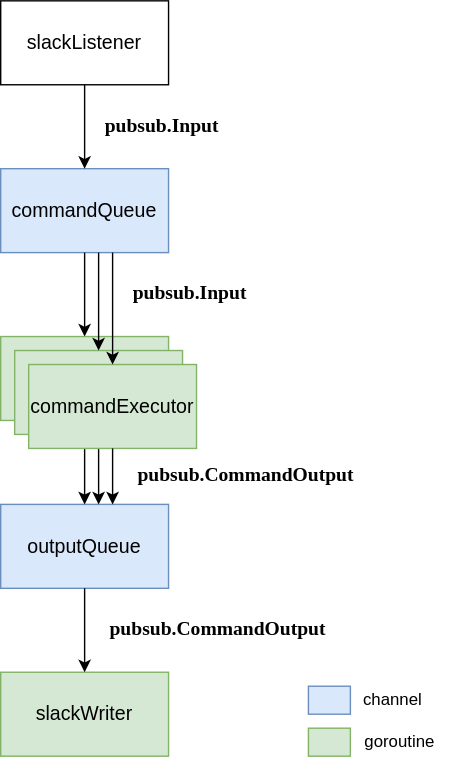
Before: docs/goroutine-diagram.svg, a diagram exported from draw.io (hnw/slack-commander). Source tidied: cells renumbered, new cells last; positions are measured from the earlier drawing's top-left corner, leaving out a move shared by most shapes.
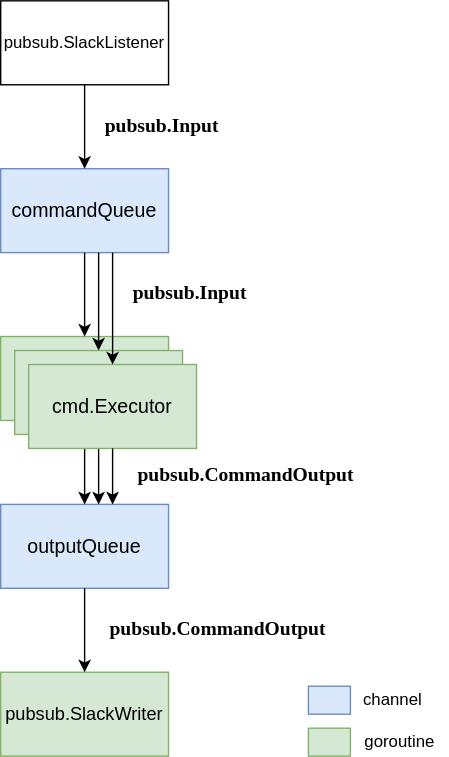
After the change.

Diff of the diagram source:
```diff
@@ -8,7 +8,7 @@
     <mxCell id="3" value="&lt;font style=&quot;font-size: 14px&quot;&gt;outputQueue&lt;/font&gt;" style="rounded=0;whiteSpace=wrap;html=1;fillColor=#dae8fc;strokeColor=#6c8ebf;" parent="1" vertex="1">
       <mxGeometry y="360" width="120" height="60" as="geometry" />
     </mxCell>
-    <mxCell id="4" value="&lt;font style=&quot;font-size: 14px&quot;&gt;slackListener&lt;/font&gt;" style="rounded=0;whiteSpace=wrap;html=1;" parent="1" vertex="1">
+    <mxCell id="4" value="&lt;font style=&quot;font-size: 12px&quot;&gt;pubsub.SlackListener&lt;/font&gt;" style="rounded=0;whiteSpace=wrap;html=1;" parent="1" vertex="1">
       <mxGeometry width="120" height="60" as="geometry" />
     </mxCell>
     <mxCell id="5" style="endArrow=classic;html=1;exitX=0.5;exitY=1;exitDx=0;exitDy=0;entryX=0.5;entryY=0;entryDx=0;entryDy=0;" parent="1" edge="1" source="4" target="2">
@@ -23,7 +23,7 @@
     <mxCell id="8" style="endArrow=classic;html=1;entryX=0.5;entryY=0;entryDx=0;entryDy=0;exitX=0.5;exitY=1;exitDx=0;exitDy=0;" parent="1" edge="1" source="6" target="3">
       <mxGeometry relative="1" as="geometry" />
     </mxCell>
-    <mxCell id="9" value="&lt;font style=&quot;font-size: 14px&quot;&gt;slackWriter&lt;/font&gt;" style="rounded=0;whiteSpace=wrap;html=1;fillColor=#d5e8d4;strokeColor=#82b366;" parent="1" vertex="1">
+    <mxCell id="9" value="&lt;font style=&quot;font-size: 13px&quot;&gt;pubsub.SlackWriter&lt;/font&gt;" style="rounded=0;whiteSpace=wrap;html=1;fillColor=#d5e8d4;strokeColor=#82b366;" parent="1" vertex="1">
       <mxGeometry y="480" width="120" height="60" as="geometry" />
     </mxCell>
     <mxCell id="10" style="endArrow=classic;html=1;entryX=0.5;entryY=0;entryDx=0;entryDy=0;exitX=0.5;exitY=1;exitDx=0;exitDy=0;" parent="1" edge="1" source="3" target="9">
@@ -38,7 +38,7 @@
         <mxPoint x="70" y="360" as="targetPoint" />
       </mxGeometry>
     </mxCell>
-    <mxCell id="13" value="&lt;font style=&quot;font-size: 14px&quot;&gt;commandExecutor&lt;/font&gt;" style="rounded=0;whiteSpace=wrap;html=1;fillColor=#d5e8d4;strokeColor=#82b366;" parent="1" vertex="1">
+    <mxCell id="13" value="&lt;font style=&quot;font-size: 14px&quot;&gt;cmd.Executor&lt;/font&gt;" style="rounded=0;whiteSpace=wrap;html=1;fillColor=#d5e8d4;strokeColor=#82b366;" parent="1" vertex="1">
       <mxGeometry x="20" y="260" width="120" height="60" as="geometry" />
     </mxCell>
     <mxCell id="14" style="endArrow=classic;html=1;exitX=0.5;exitY=1;exitDx=0;exitDy=0;" parent="1" edge="1">
```
